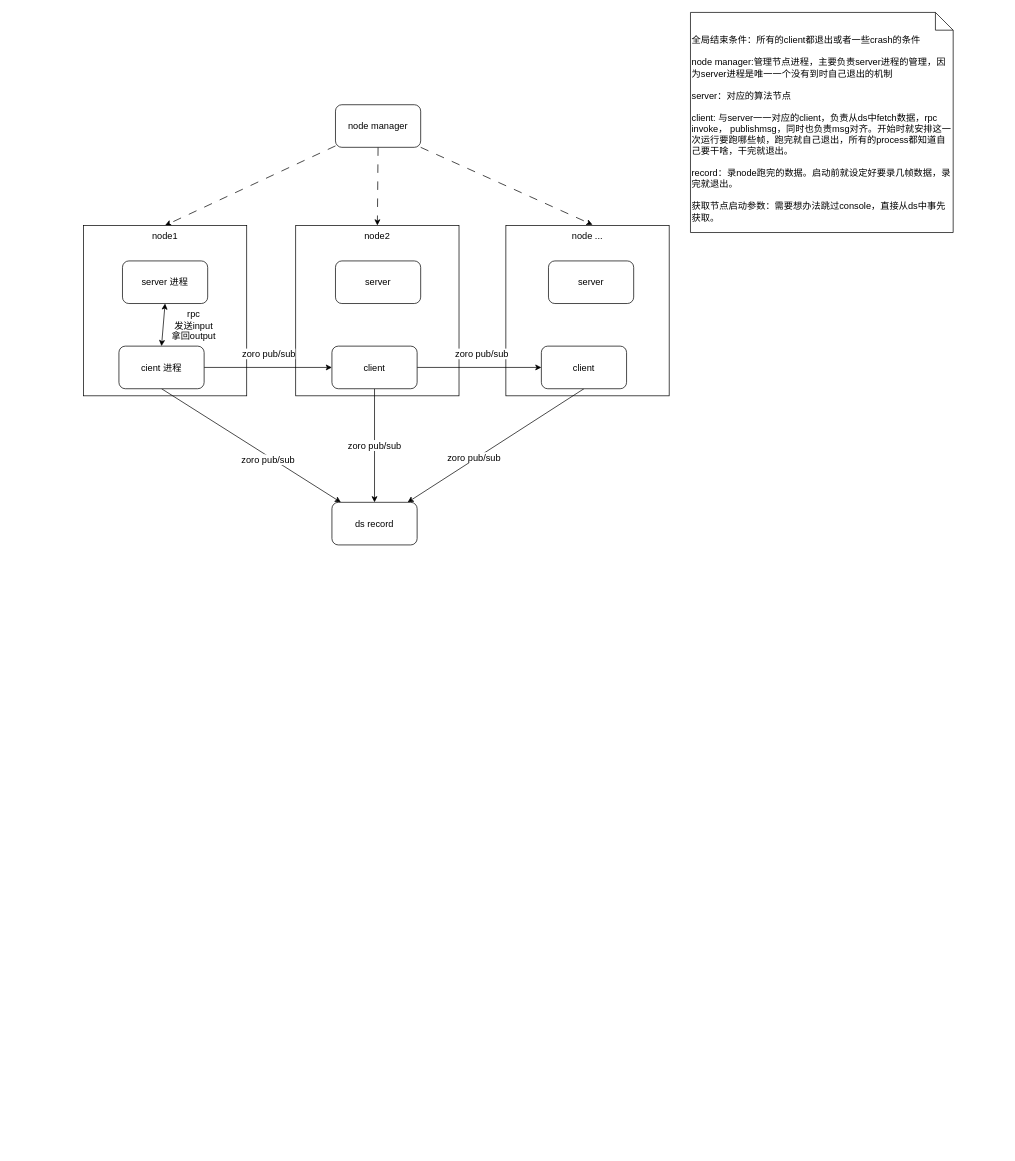
a244591052/Skill-Learning keeps this draw.io diagram as page "deterministic regen" (4 of 4) of drawio/TuSimple.drawio. Above is the earlier version. Source tidied: cells renumbered, new cells numbered last; positions are measured from the earlier drawing's top-left corner, leaving out a move shared by most shapes. Both pictures are drawn from the tidied source at 71%, with x=0, y=0 at pixel (83, 12).
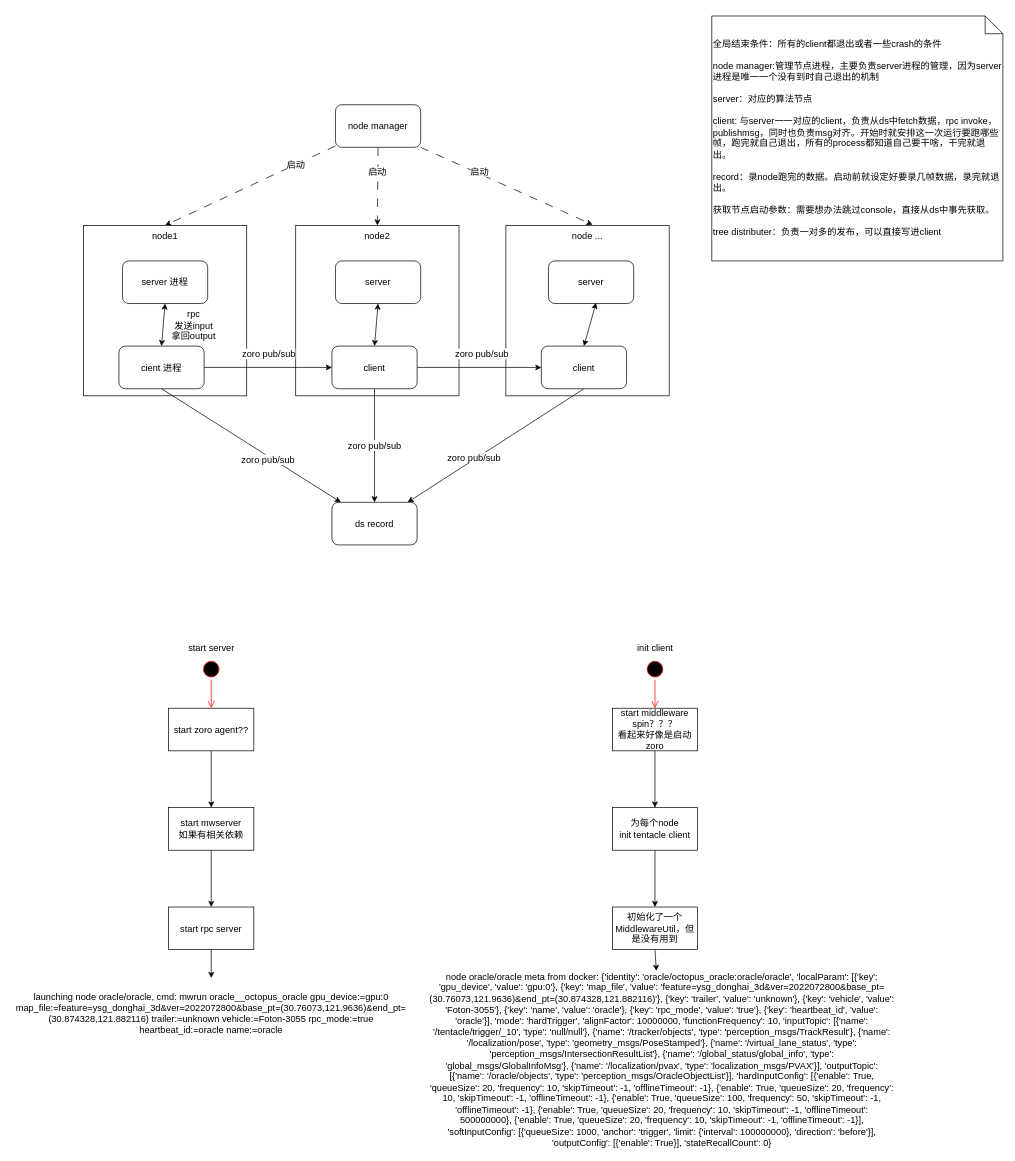
After the change.

The change refers to these unchanged cells:
```xml
<mxCell id="2" style="edgeStyle=none;rounded=0;jettySize=auto;html=1;entryX=0.5;entryY=0;entryDx=0;entryDy=0;dashed=1;dashPattern=12 12;fontSize=13;startArrow=none;startFill=0;endArrow=classic;endFill=1;" parent="1" edge="1" source="5" target="16">
  <mxGeometry relative="1" as="geometry" />
</mxCell>
<mxCell id="3" style="edgeStyle=none;rounded=0;jettySize=auto;html=1;exitX=0.5;exitY=1;exitDx=0;exitDy=0;entryX=0.5;entryY=0;entryDx=0;entryDy=0;dashed=1;dashPattern=12 12;fontSize=13;startArrow=none;startFill=0;endArrow=classic;endFill=1;" parent="1" edge="1" source="5" target="23">
  <mxGeometry relative="1" as="geometry" />
</mxCell>
<mxCell id="4" style="edgeStyle=none;rounded=0;jettySize=auto;html=1;exitX=1;exitY=1;exitDx=0;exitDy=0;entryX=0.617;entryY=-0.033;entryDx=0;entryDy=0;entryPerimeter=0;dashed=1;dashPattern=12 12;fontSize=13;startArrow=none;startFill=0;endArrow=classic;endFill=1;" parent="1" edge="1" source="5" target="28">
  <mxGeometry relative="1" as="geometry" />
</mxCell>
<mxCell id="17" value="server" style="rounded=1;whiteSpace=wrap;html=1;fontSize=13;" parent="1" vertex="1">
  <mxGeometry x="355" y="350" width="120" height="60" as="geometry" />
</mxCell>
<mxCell id="22" value="client" style="rounded=1;whiteSpace=wrap;html=1;fontSize=13;" parent="1" vertex="1">
  <mxGeometry x="350" y="470" width="120" height="60" as="geometry" />
</mxCell>
<mxCell id="24" value="server" style="rounded=1;whiteSpace=wrap;html=1;fontSize=13;" parent="1" vertex="1">
  <mxGeometry x="655" y="350" width="120" height="60" as="geometry" />
</mxCell>
<mxCell id="27" value="client" style="rounded=1;whiteSpace=wrap;html=1;fontSize=13;" parent="1" vertex="1">
  <mxGeometry x="645" y="470" width="120" height="60" as="geometry" />
</mxCell>
```

The edit, as a diff of the source:
```diff
@@
+    <mxCell id="31" value="启动" style="edgeLabel;html=1;align=center;verticalAlign=middle;fontSize=13;" parent="2" vertex="1">
+      <mxGeometry x="-0.53" y="-1" relative="1" as="geometry" />
+    </mxCell>
@@
+    <mxCell id="32" value="启动" style="edgeLabel;html=1;align=center;verticalAlign=middle;fontSize=13;" parent="3" vertex="1">
+      <mxGeometry x="-0.36" y="-1" relative="1" as="geometry" />
+    </mxCell>
@@
+    <mxCell id="33" value="启动" style="edgeLabel;html=1;align=center;verticalAlign=middle;fontSize=13;" parent="4" vertex="1">
+      <mxGeometry x="-0.33" y="3" relative="1" as="geometry" />
+    </mxCell>
@@
+    <mxCell id="34" style="edgeStyle=none;rounded=0;jettySize=auto;html=1;exitX=0.5;exitY=0;exitDx=0;exitDy=0;entryX=0.5;entryY=1;entryDx=0;entryDy=0;fontSize=13;startArrow=classic;startFill=1;endArrow=classic;endFill=1;" parent="1" edge="1" source="22" target="17">
+      <mxGeometry relative="1" as="geometry" />
+    </mxCell>
@@
+    <mxCell id="35" style="edgeStyle=none;rounded=0;jettySize=auto;html=1;exitX=0.5;exitY=0;exitDx=0;exitDy=0;entryX=0.558;entryY=0.983;entryDx=0;entryDy=0;entryPerimeter=0;fontSize=13;startArrow=classic;startFill=1;endArrow=classic;endFill=1;" parent="1" edge="1" source="27" target="24">
+      <mxGeometry relative="1" as="geometry" />
+    </mxCell>
@@
-    <mxCell id="29" value="全局结束条件：所有的client都退出或者一些crash的条件&lt;br&gt;&lt;br&gt;node manager:管理节点进程，主要负责server进程的管理，因为server进程是唯一一个没有到时自己退出的机制&lt;br&gt;&lt;br&gt;server：对应的算法节点&lt;br&gt;&lt;br&gt;client: 与server一一对应的client，负责从ds中fetch数据，rpc invoke， publishmsg，&lt;span style=&quot;text-align: center;&quot;&gt;同时也负责msg对齐。开始时就安排这一次运行要跑哪些帧，跑完就自己退出，所有的process都知道自己要干啥，干完就退出。&lt;br&gt;&lt;br&gt;record：录node跑完的数据。启动前就设定好要录几帧数据，录完就退出。&lt;br&gt;&lt;br&gt;获取节点启动参数：需要想办法跳过console，直接从ds中事先获取。&lt;br&gt;&lt;br&gt;&lt;br&gt;&lt;/span&gt;" style="shape=note2;boundedLbl=1;whiteSpace=wrap;html=1;size=25;verticalAlign=top;align=left;fontSize=13;" parent="1" vertex="1">
-      <mxGeometry x="855" width="370" height="310" as="geometry" />
+    <mxCell id="29" value="全局结束条件：所有的client都退出或者一些crash的条件&lt;br&gt;&lt;br&gt;node manager:管理节点进程，主要负责server进程的管理，因为server进程是唯一一个没有到时自己退出的机制&lt;br&gt;&lt;br&gt;server：对应的算法节点&lt;br&gt;&lt;br&gt;client: 与server一一对应的client，负责从ds中fetch数据，rpc invoke， publishmsg，&lt;span style=&quot;text-align: center;&quot;&gt;同时也负责msg对齐。开始时就安排这一次运行要跑哪些帧，跑完就自己退出，所有的process都知道自己要干啥，干完就退出。&lt;br&gt;&lt;br&gt;record：录node跑完的数据。启动前就设定好要录几帧数据，录完就退出。&lt;br&gt;&lt;br&gt;获取节点启动参数：需要想办法跳过console，直接从ds中事先获取。&lt;br&gt;&lt;br&gt;tree distributer：负责一对多的发布，可以直接写进client&lt;br&gt;&lt;br&gt;&lt;br&gt;&lt;/span&gt;" style="shape=note2;boundedLbl=1;whiteSpace=wrap;html=1;size=25;verticalAlign=top;align=left;fontSize=13;" parent="1" vertex="1">
+      <mxGeometry x="885" y="5" width="410" height="345" as="geometry" />
     </mxCell>
@@
+    <mxCell id="36" style="edgeStyle=none;rounded=0;jettySize=auto;html=1;fontSize=13;startArrow=none;startFill=0;endArrow=classic;endFill=1;" parent="1" edge="1" source="37" target="42">
+      <mxGeometry relative="1" as="geometry" />
+    </mxCell>
+    <mxCell id="37" value="start zoro agent??" style="rounded=0;whiteSpace=wrap;html=1;fontSize=13;" parent="1" vertex="1">
+      <mxGeometry x="120" y="980" width="120" height="60" as="geometry" />
+    </mxCell>
+    <mxCell id="38" style="ellipse;html=1;shape=startState;fillColor=#000000;strokeColor=#ff0000;fontSize=13;" parent="1" vertex="1">
+      <mxGeometry x="165" y="910" width="30" height="30" as="geometry" />
+    </mxCell>
+    <mxCell id="39" style="edgeStyle=orthogonalEdgeStyle;html=1;verticalAlign=bottom;endArrow=open;endSize=8;strokeColor=#ff0000;rounded=0;fontSize=13;" parent="1" edge="1" source="38" target="37">
+      <mxGeometry relative="1" as="geometry" />
+    </mxCell>
+    <mxCell id="40" value="start server" style="text;html=1;strokeColor=none;fillColor=none;align=center;verticalAlign=middle;whiteSpace=wrap;rounded=0;fontSize=13;" parent="1" vertex="1">
+      <mxGeometry x="132.5" y="880" width="95" height="30" as="geometry" />
+    </mxCell>
+    <mxCell id="41" style="edgeStyle=none;rounded=0;jettySize=auto;html=1;fontSize=13;startArrow=none;startFill=0;endArrow=classic;endFill=1;" parent="1" edge="1" source="42" target="44">
+      <mxGeometry relative="1" as="geometry" />
+    </mxCell>
+    <mxCell id="42" value="start mwserver&lt;br&gt;如果有相关依赖" style="rounded=0;whiteSpace=wrap;html=1;fontSize=13;fillColor=rgb(255, 255, 255);strokeColor=rgb(0, 0, 0);fontColor=rgb(0, 0, 0);" parent="1" vertex="1">
+      <mxGeometry x="120" y="1120" width="120" height="60" as="geometry" />
+    </mxCell>
+    <mxCell id="43" style="edgeStyle=none;rounded=0;jettySize=auto;html=1;exitX=0.5;exitY=1;exitDx=0;exitDy=0;entryX=0.5;entryY=0;entryDx=0;entryDy=0;fontSize=13;startArrow=none;startFill=0;endArrow=classic;endFill=1;" parent="1" edge="1" source="44" target="45">
+      <mxGeometry relative="1" as="geometry" />
+    </mxCell>
+    <mxCell id="44" value="start rpc server" style="rounded=0;whiteSpace=wrap;html=1;fontSize=13;fillColor=rgb(255, 255, 255);strokeColor=rgb(0, 0, 0);fontColor=rgb(0, 0, 0);" parent="1" vertex="1">
+      <mxGeometry x="120" y="1260" width="120" height="60" as="geometry" />
+    </mxCell>
+    <mxCell id="45" value="launching node oracle/oracle, cmd: mwrun oracle__octopus_oracle gpu_device:=gpu:0 map_file:=feature=ysg_donghai_3d&amp;amp;ver=2022072800&amp;amp;base_pt=(30.76073,121.9636)&amp;amp;end_pt=(30.874328,121.882116) trailer:=unknown vehicle:=Foton-3055 rpc_mode:=true heartbeat_id:=oracle name:=oracle" style="text;html=1;strokeColor=none;fillColor=none;align=center;verticalAlign=middle;whiteSpace=wrap;rounded=0;fontSize=13;" parent="1" vertex="1">
+      <mxGeometry x="-100" y="1360" width="560" height="100" as="geometry" />
+    </mxCell>
+    <mxCell id="46" style="edgeStyle=none;rounded=0;jettySize=auto;html=1;fontSize=13;startArrow=none;startFill=0;endArrow=classic;endFill=1;" parent="1" edge="1" source="47" target="52">
+      <mxGeometry relative="1" as="geometry" />
+    </mxCell>
+    <mxCell id="47" value="start middleware spin？？？&lt;br&gt;看起来好像是启动zoro" style="rounded=0;whiteSpace=wrap;html=1;fontSize=13;" parent="1" vertex="1">
+      <mxGeometry x="745" y="980" width="120" height="60" as="geometry" />
+    </mxCell>
+    <mxCell id="48" style="ellipse;html=1;shape=startState;fillColor=#000000;strokeColor=#ff0000;fontSize=13;" parent="1" vertex="1">
+      <mxGeometry x="790" y="910" width="30" height="30" as="geometry" />
+    </mxCell>
+    <mxCell id="49" style="edgeStyle=orthogonalEdgeStyle;html=1;verticalAlign=bottom;endArrow=open;endSize=8;strokeColor=#ff0000;rounded=0;fontSize=13;" parent="1" edge="1" source="48" target="47">
+      <mxGeometry relative="1" as="geometry" />
+    </mxCell>
+    <mxCell id="50" value="init client" style="text;html=1;strokeColor=none;fillColor=none;align=center;verticalAlign=middle;whiteSpace=wrap;rounded=0;fontSize=13;" parent="1" vertex="1">
+      <mxGeometry x="757.5" y="880" width="95" height="30" as="geometry" />
+    </mxCell>
+    <mxCell id="51" style="edgeStyle=none;rounded=0;jettySize=auto;html=1;fontSize=13;startArrow=none;startFill=0;endArrow=classic;endFill=1;" parent="1" edge="1" source="52" target="54">
+      <mxGeometry relative="1" as="geometry" />
+    </mxCell>
+    <mxCell id="52" value="为每个node&lt;br&gt;init tentacle client" style="rounded=0;whiteSpace=wrap;html=1;fontSize=13;fillColor=rgb(255, 255, 255);strokeColor=rgb(0, 0, 0);fontColor=rgb(0, 0, 0);" parent="1" vertex="1">
+      <mxGeometry x="745" y="1120" width="120" height="60" as="geometry" />
+    </mxCell>
+    <mxCell id="53" style="edgeStyle=none;rounded=0;jettySize=auto;html=1;exitX=0.5;exitY=1;exitDx=0;exitDy=0;fontSize=13;startArrow=none;startFill=0;endArrow=classic;endFill=1;" parent="1" edge="1" source="54" target="55">
+      <mxGeometry relative="1" as="geometry" />
+    </mxCell>
+    <mxCell id="54" value="初始化了一个MiddlewareUtil，但是没有用到" style="rounded=0;whiteSpace=wrap;html=1;fontSize=13;fillColor=rgb(255, 255, 255);strokeColor=rgb(0, 0, 0);fontColor=rgb(0, 0, 0);" parent="1" vertex="1">
+      <mxGeometry x="745" y="1260" width="120" height="60" as="geometry" />
+    </mxCell>
+    <mxCell id="55" value="node oracle/oracle meta from docker: {'identity': 'oracle/octopus_oracle:oracle/oracle', 'localParam': [{'key': 'gpu_device', 'value': 'gpu:0'}, {'key': 'map_file', 'value': 'feature=ysg_donghai_3d&amp;amp;ver=2022072800&amp;amp;base_pt=(30.76073,121.9636)&amp;amp;end_pt=(30.874328,121.882116)'}, {'key': 'trailer', 'value': 'unknown'}, {'key': 'vehicle', 'value': 'Foton-3055'}, {'key': 'name', 'value': 'oracle'}, {'key': 'rpc_mode', 'value': 'true'}, {'key': 'heartbeat_id', 'value': 'oracle'}], 'mode': 'hardTrigger', 'alignFactor': 10000000, 'functionFrequency': 10, 'inputTopic': [{'name': '/tentacle/trigger/_10', 'type': 'null/null'}, {'name': '/tracker/objects', 'type': 'perception_msgs/TrackResult'}, {'name': '/localization/pose', 'type': 'geometry_msgs/PoseStamped'}, {'name': '/virtual_lane_status', 'type': 'perception_msgs/IntersectionResultList'}, {'name': '/global_status/global_info', 'type': 'global_msgs/GlobalInfoMsg'}, {'name': '/localization/pvax', 'type': 'localization_msgs/PVAX'}], 'outputTopic': [{'name': '/oracle/objects', 'type': 'perception_msgs/OracleObjectList'}], 'hardInputConfig': [{'enable': True, 'queueSize': 20, 'frequency': 10, 'skipTimeout': -1, 'offlineTimeout': -1}, {'enable': True, 'queueSize': 20, 'frequency': 10, 'skipTimeout': -1, 'offlineTimeout': -1}, {'enable': True, 'queueSize': 100, 'frequency': 50, 'skipTimeout': -1, 'offlineTimeout': -1}, {'enable': True, 'queueSize': 20, 'frequency': 10, 'skipTimeout': -1, 'offlineTimeout': 500000000}, {'enable': True, 'queueSize': 20, 'frequency': 10, 'skipTimeout': -1, 'offlineTimeout': -1}], 'softInputConfig': [{'queueSize': 1000, 'anchor': 'trigger', 'limit': {'interval': 100000000}, 'direction': 'before'}], 'outputConfig': [{'enable': True}], 'stateRecallCount': 0}" style="text;html=1;strokeColor=none;fillColor=none;align=center;verticalAlign=middle;whiteSpace=wrap;rounded=0;fontSize=13;" parent="1" vertex="1">
+      <mxGeometry x="485" y="1350" width="660" height="250" as="geometry" />
+    </mxCell>
```
